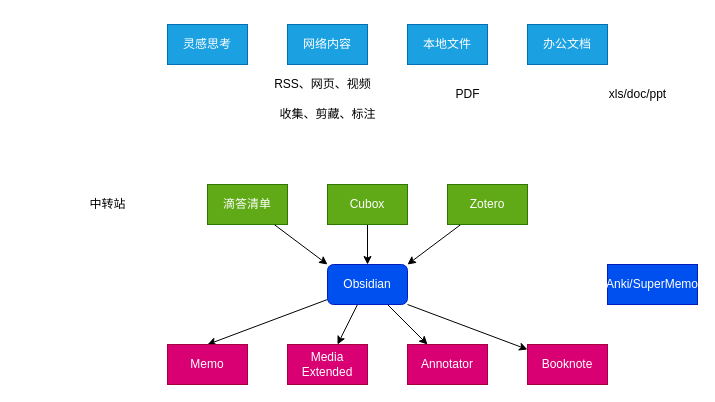
The draw.io diagram page "知识管理" (2 of 2) of 未命名绘图.drawio in afan95/dragrams, before the edit. Source tidied: cells renumbered, new cells numbered last; positions are measured from the earlier drawing's top-left corner, leaving out a move shared by most shapes. Both pictures are drawn from the tidied source at 100%, with x=0, y=0 at pixel (82, 24).
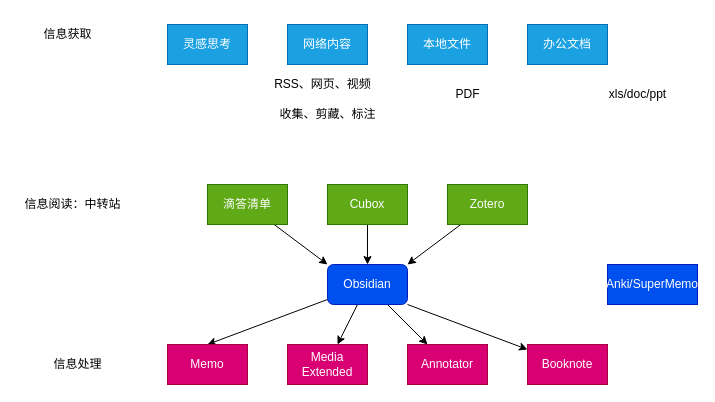
After the change.

The edit, as a diff of the source:
```diff
@@
-    <mxCell id="27" value="中转站" style="text;html=1;align=center;verticalAlign=middle;strokeColor=none;fillColor=none;" parent="1" vertex="1">
-      <mxGeometry y="170" width="50" height="20" as="geometry" />
+    <mxCell id="27" value="信息阅读：中转站" style="text;html=1;align=center;verticalAlign=middle;strokeColor=none;fillColor=none;" parent="1" vertex="1">
+      <mxGeometry x="-65" y="170" width="110" height="20" as="geometry" />
     </mxCell>
+    <mxCell id="28" value="信息获取" style="text;html=1;align=center;verticalAlign=middle;strokeColor=none;fillColor=none;" parent="1" vertex="1">
+      <mxGeometry x="-45" width="60" height="20" as="geometry" />
+    </mxCell>
+    <mxCell id="29" value="信息处理" style="text;html=1;align=center;verticalAlign=middle;strokeColor=none;fillColor=none;" parent="1" vertex="1">
+      <mxGeometry x="-35" y="330" width="60" height="20" as="geometry" />
+    </mxCell>
```
